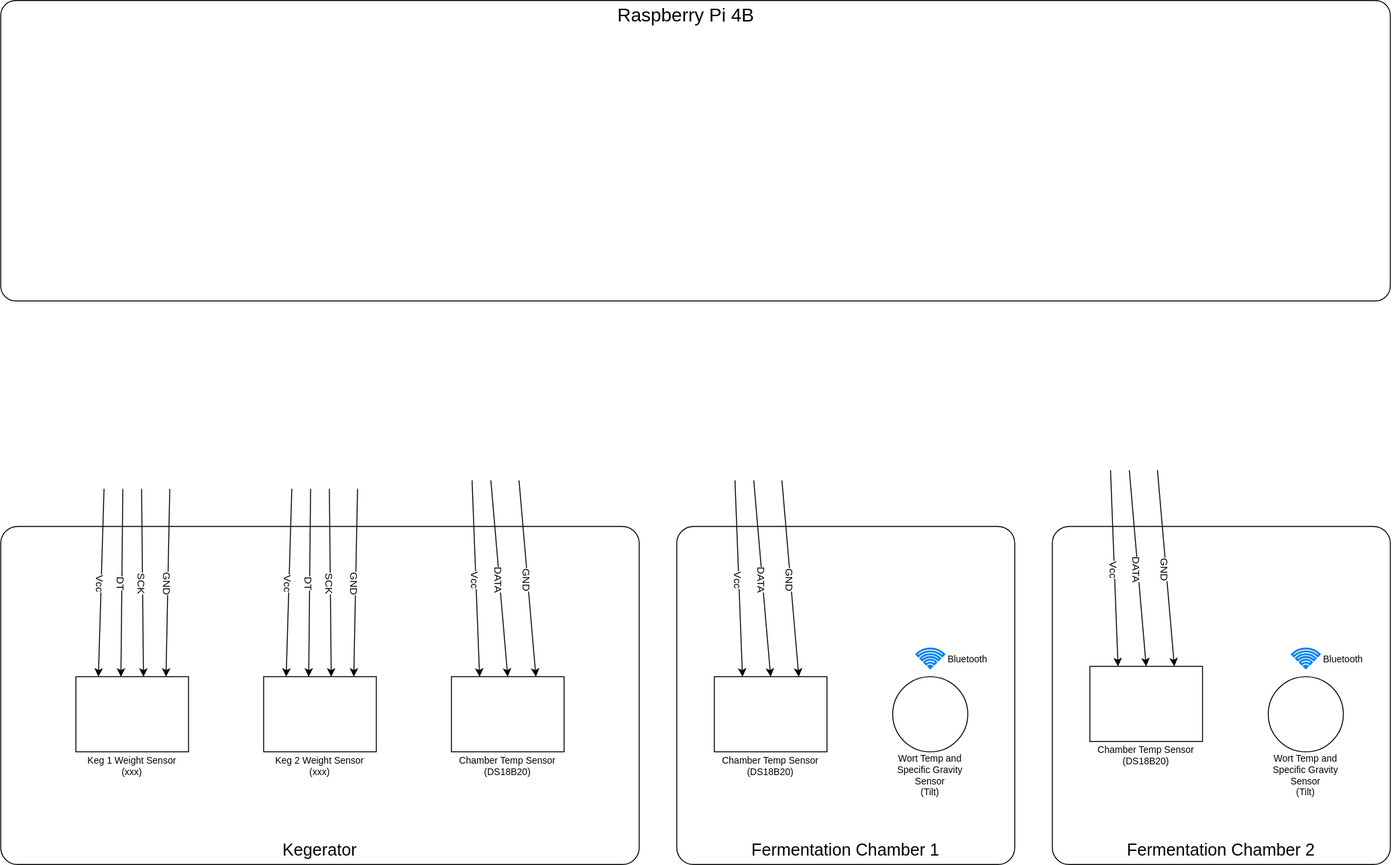
austinshinkle/OB_BreweryMonitor keeps this draw.io diagram as BreweryMonitor.drawio.svg. Above is the earlier version. Source tidied: cells renumbered, new cells last; positions are measured from the earlier drawing's top-left corner, leaving out a move shared by most shapes.
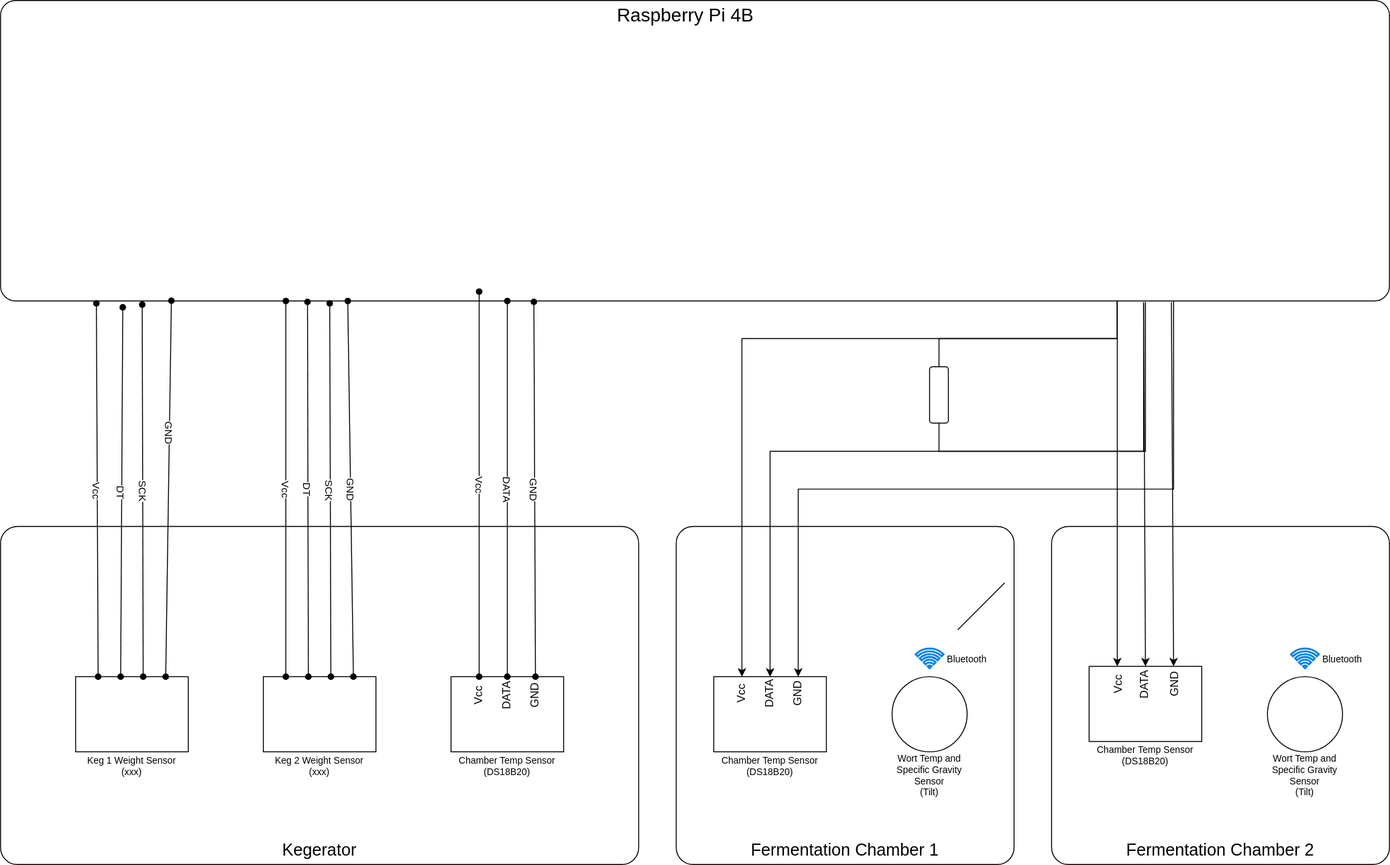
The same diagram one commit later.

What changed in the source:
```diff
@@ -2,7 +2,10 @@
   <root>
     <mxCell id="0" />
     <mxCell id="1" parent="0" />
+    <mxCell id="34" style="rounded=1;whiteSpace=wrap;html=1;arcSize=5;" parent="1" vertex="1">
+      <mxGeometry width="1480" height="320" as="geometry" />
+    </mxCell>
-    <mxCell id="2" style="rounded=1;whiteSpace=wrap;html=1;arcSize=5;" parent="1" vertex="1">
+    <mxCell id="2" value="fd" style="rounded=1;whiteSpace=wrap;html=1;arcSize=5;" parent="1" vertex="1">
       <mxGeometry y="560" width="680" height="360" as="geometry" />
     </mxCell>
     <mxCell id="3" style="rounded=1;whiteSpace=wrap;html=1;arcSize=5;" parent="1" vertex="1">
@@ -29,34 +32,28 @@
     <mxCell id="10" value="Bluetooth" style="text;html=1;align=center;verticalAlign=middle;whiteSpace=wrap;rounded=0;fontSize=10;" parent="1" vertex="1">
       <mxGeometry x="1404.8" y="691" width="50" height="20" as="geometry" />
     </mxCell>
-    <mxCell id="11" style="endArrow=classic;html=1;rounded=0;entryX=0.2;entryY=0;entryDx=0;entryDy=0;entryPerimeter=0;" parent="1" edge="1" target="5">
+    <mxCell id="11" style="endArrow=oval;html=1;rounded=0;entryX=0.2;entryY=0;entryDx=0;entryDy=0;entryPerimeter=0;endFill=1;startArrow=oval;startFill=1;" parent="1" edge="1" target="5">
       <mxGeometry relative="1" as="geometry">
-        <mxPoint x="310" y="520" as="sourcePoint" />
+        <mxPoint x="304" y="320" as="sourcePoint" />
       </mxGeometry>
     </mxCell>
     <mxCell id="12" value="Vcc" style="edgeLabel;html=1;align=center;verticalAlign=middle;rotation=90;" parent="11" vertex="1">
       <mxGeometry relative="1" as="geometry" />
     </mxCell>
-    <mxCell id="13" style="endArrow=classic;html=1;rounded=0;entryX=0.8;entryY=0;entryDx=0;entryDy=0;entryPerimeter=0;" parent="1" edge="1" target="5">
-      <mxGeometry relative="1" as="geometry">
-        <mxPoint x="380" y="520" as="sourcePoint" />
-      </mxGeometry>
+    <mxCell id="13" style="endArrow=oval;html=1;rounded=0;entryX=0.8;entryY=0;entryDx=0;entryDy=0;entryPerimeter=0;endFill=1;startArrow=oval;startFill=1;exitX=0.25;exitY=1;exitDx=0;exitDy=0;" parent="1" edge="1" source="34" target="5">
+      <mxGeometry relative="1" as="geometry" />
     </mxCell>
     <mxCell id="14" value="GND" style="edgeLabel;html=1;align=center;verticalAlign=middle;rotation=90;" parent="13" vertex="1">
       <mxGeometry relative="1" as="geometry" />
     </mxCell>
-    <mxCell id="15" style="endArrow=classic;html=1;rounded=0;entryX=0.4;entryY=0;entryDx=0;entryDy=0;entryPerimeter=0;" parent="1" edge="1" target="5">
-      <mxGeometry relative="1" as="geometry">
-        <mxPoint x="330" y="520" as="sourcePoint" />
-      </mxGeometry>
+    <mxCell id="15" style="endArrow=oval;html=1;rounded=0;entryX=0.4;entryY=0;entryDx=0;entryDy=0;entryPerimeter=0;endFill=1;startArrow=oval;startFill=1;exitX=0.221;exitY=1.003;exitDx=0;exitDy=0;exitPerimeter=0;" parent="1" edge="1" source="34" target="5">
+      <mxGeometry relative="1" as="geometry" />
     </mxCell>
     <mxCell id="16" value="DT" style="edgeLabel;html=1;align=center;verticalAlign=middle;rotation=90;" parent="15" vertex="1">
       <mxGeometry relative="1" as="geometry" />
     </mxCell>
-    <mxCell id="17" style="endArrow=classic;html=1;rounded=0;entryX=0.6;entryY=0;entryDx=0;entryDy=0;entryPerimeter=0;" parent="1" edge="1" target="5">
-      <mxGeometry relative="1" as="geometry">
-        <mxPoint x="350" y="520" as="sourcePoint" />
-      </mxGeometry>
+    <mxCell id="17" style="endArrow=oval;html=1;rounded=0;entryX=0.6;entryY=0;entryDx=0;entryDy=0;entryPerimeter=0;endFill=1;startArrow=oval;startFill=1;exitX=0.237;exitY=1.008;exitDx=0;exitDy=0;exitPerimeter=0;" parent="1" edge="1" source="34" target="5">
+      <mxGeometry relative="1" as="geometry" />
     </mxCell>
     <mxCell id="18" value="SCK" style="edgeLabel;html=1;align=center;verticalAlign=middle;rotation=90;" parent="17" vertex="1">
       <mxGeometry relative="1" as="geometry" />
@@ -82,41 +79,32 @@
     <mxCell id="25" value="Bluetooth" style="text;html=1;align=center;verticalAlign=middle;whiteSpace=wrap;rounded=0;fontSize=10;" parent="1" vertex="1">
       <mxGeometry x="1004.8" y="691" width="50" height="20" as="geometry" />
     </mxCell>
-    <mxCell id="26" style="endArrow=classic;html=1;rounded=0;entryX=0.2;entryY=0;entryDx=0;entryDy=0;entryPerimeter=0;" parent="1" edge="1" target="21">
-      <mxGeometry relative="1" as="geometry">
-        <mxPoint x="110" y="520" as="sourcePoint" />
-      </mxGeometry>
+    <mxCell id="26" style="endArrow=oval;html=1;rounded=0;entryX=0.2;entryY=0;entryDx=0;entryDy=0;entryPerimeter=0;exitX=0.069;exitY=1.008;exitDx=0;exitDy=0;exitPerimeter=0;endFill=1;startArrow=oval;startFill=1;" parent="1" edge="1" source="34" target="21">
+      <mxGeometry relative="1" as="geometry" />
     </mxCell>
     <mxCell id="27" value="Vcc" style="edgeLabel;html=1;align=center;verticalAlign=middle;rotation=90;" parent="26" vertex="1">
       <mxGeometry relative="1" as="geometry" />
     </mxCell>
-    <mxCell id="28" style="endArrow=classic;html=1;rounded=0;entryX=0.8;entryY=0;entryDx=0;entryDy=0;entryPerimeter=0;" parent="1" edge="1" target="21">
-      <mxGeometry relative="1" as="geometry">
-        <mxPoint x="180" y="520" as="sourcePoint" />
-      </mxGeometry>
+    <mxCell id="28" style="endArrow=oval;html=1;rounded=0;entryX=0.8;entryY=0;entryDx=0;entryDy=0;entryPerimeter=0;exitX=0.123;exitY=0.999;exitDx=0;exitDy=0;exitPerimeter=0;strokeColor=default;endFill=1;startArrow=oval;startFill=1;" parent="1" edge="1" source="34" target="21">
+      <mxGeometry relative="1" as="geometry" />
     </mxCell>
     <mxCell id="29" value="GND" style="edgeLabel;html=1;align=center;verticalAlign=middle;rotation=90;" parent="28" vertex="1">
-      <mxGeometry relative="1" as="geometry" />
+      <mxGeometry relative="1" as="geometry">
+        <mxPoint x="1" y="-60" as="offset" />
+      </mxGeometry>
     </mxCell>
-    <mxCell id="30" style="endArrow=classic;html=1;rounded=0;entryX=0.4;entryY=0;entryDx=0;entryDy=0;entryPerimeter=0;" parent="1" edge="1" target="21">
-      <mxGeometry relative="1" as="geometry">
-        <mxPoint x="130" y="520" as="sourcePoint" />
-      </mxGeometry>
+    <mxCell id="30" style="endArrow=oval;html=1;rounded=0;entryX=0.4;entryY=0;entryDx=0;entryDy=0;entryPerimeter=0;exitX=0.088;exitY=1.021;exitDx=0;exitDy=0;exitPerimeter=0;endFill=1;startArrow=oval;startFill=1;" parent="1" edge="1" source="34" target="21">
+      <mxGeometry relative="1" as="geometry" />
     </mxCell>
     <mxCell id="31" value="DT" style="edgeLabel;html=1;align=center;verticalAlign=middle;rotation=90;" parent="30" vertex="1">
       <mxGeometry relative="1" as="geometry" />
     </mxCell>
-    <mxCell id="32" style="endArrow=classic;html=1;rounded=0;entryX=0.6;entryY=0;entryDx=0;entryDy=0;entryPerimeter=0;" parent="1" edge="1" target="21">
-      <mxGeometry relative="1" as="geometry">
-        <mxPoint x="150" y="520" as="sourcePoint" />
-      </mxGeometry>
+    <mxCell id="32" style="endArrow=oval;html=1;rounded=0;entryX=0.6;entryY=0;entryDx=0;entryDy=0;entryPerimeter=0;exitX=0.102;exitY=1.012;exitDx=0;exitDy=0;exitPerimeter=0;endFill=1;startArrow=oval;startFill=1;" parent="1" edge="1" source="34" target="21">
+      <mxGeometry relative="1" as="geometry" />
     </mxCell>
     <mxCell id="33" value="SCK" style="edgeLabel;html=1;align=center;verticalAlign=middle;rotation=90;" parent="32" vertex="1">
       <mxGeometry relative="1" as="geometry" />
     </mxCell>
-    <mxCell id="34" style="rounded=1;whiteSpace=wrap;html=1;arcSize=5;" parent="1" vertex="1">
-      <mxGeometry width="1480" height="320" as="geometry" />
-    </mxCell>
     <mxCell id="35" value="Kegerator" style="text;html=1;align=center;verticalAlign=middle;whiteSpace=wrap;rounded=0;fontSize=18;" parent="1" vertex="1">
       <mxGeometry x="230" y="890" width="220" height="30" as="geometry" />
     </mxCell>
@@ -126,30 +114,25 @@
     <mxCell id="37" value="&lt;div&gt;Chamber Temp Sensor&lt;/div&gt;&lt;div&gt;(DS18B20)&lt;br&gt;&lt;/div&gt;" style="text;html=1;align=center;verticalAlign=middle;whiteSpace=wrap;rounded=0;fontSize=10;" parent="1" vertex="1">
       <mxGeometry x="760" y="800" width="120" height="30" as="geometry" />
     </mxCell>
-    <mxCell id="38" style="endArrow=classic;html=1;rounded=0;entryX=0.75;entryY=0;entryDx=0;entryDy=0;" parent="1" edge="1" target="36">
+    <mxCell id="38" style="endArrow=classic;html=1;rounded=0;entryX=0.75;entryY=0;entryDx=0;entryDy=0;edgeStyle=elbowEdgeStyle;elbow=vertical;" parent="1" edge="1" target="36">
       <mxGeometry relative="1" as="geometry">
-        <mxPoint x="832" y="511" as="sourcePoint" />
+        <mxPoint x="1250" y="320" as="sourcePoint" />
       </mxGeometry>
     </mxCell>
-    <mxCell id="39" value="GND" style="edgeLabel;html=1;align=center;verticalAlign=middle;rotation=90;" parent="38" vertex="1">
-      <mxGeometry relative="1" as="geometry" />
-    </mxCell>
-    <mxCell id="40" style="endArrow=classic;html=1;rounded=0;entryX=0.25;entryY=0;entryDx=0;entryDy=0;" parent="1" edge="1" target="36">
+    <mxCell id="40" style="endArrow=classic;html=1;rounded=0;entryX=0.25;entryY=0;entryDx=0;entryDy=0;edgeStyle=elbowEdgeStyle;elbow=vertical;exitX=0.804;exitY=1.004;exitDx=0;exitDy=0;exitPerimeter=0;" parent="1" edge="1" source="34" target="36">
       <mxGeometry relative="1" as="geometry">
-        <mxPoint x="782" y="511" as="sourcePoint" />
+        <Array as="points">
+          <mxPoint x="1020" y="360" />
+        </Array>
       </mxGeometry>
     </mxCell>
-    <mxCell id="41" value="Vcc" style="edgeLabel;html=1;align=center;verticalAlign=middle;rotation=90;" parent="40" vertex="1">
-      <mxGeometry relative="1" as="geometry" />
-    </mxCell>
-    <mxCell id="42" style="endArrow=classic;html=1;rounded=0;entryX=0.5;entryY=0;entryDx=0;entryDy=0;" parent="1" edge="1" target="36">
+    <mxCell id="42" style="endArrow=classic;html=1;rounded=0;entryX=0.5;entryY=0;entryDx=0;entryDy=0;edgeStyle=elbowEdgeStyle;elbow=vertical;exitX=0.823;exitY=1.008;exitDx=0;exitDy=0;exitPerimeter=0;" parent="1" edge="1" source="34" target="36">
       <mxGeometry relative="1" as="geometry">
-        <mxPoint x="802" y="511" as="sourcePoint" />
+        <Array as="points">
+          <mxPoint x="1030" y="480" />
+        </Array>
       </mxGeometry>
     </mxCell>
-    <mxCell id="43" value="DATA" style="edgeLabel;html=1;align=center;verticalAlign=middle;rotation=90;" parent="42" vertex="1">
-      <mxGeometry relative="1" as="geometry" />
-    </mxCell>
     <mxCell id="44" value="&lt;div&gt;Keg 1 Weight Sensor&lt;/div&gt;&lt;div&gt;(xxx)&lt;br&gt;&lt;/div&gt;" style="text;html=1;align=center;verticalAlign=middle;whiteSpace=wrap;rounded=0;fontSize=10;" parent="1" vertex="1">
       <mxGeometry x="80" y="800" width="120" height="30" as="geometry" />
     </mxCell>
@@ -159,25 +142,23 @@
     <mxCell id="46" value="&lt;div&gt;Chamber Temp Sensor&lt;/div&gt;&lt;div&gt;(DS18B20)&lt;br&gt;&lt;/div&gt;" style="text;html=1;align=center;verticalAlign=middle;whiteSpace=wrap;rounded=0;fontSize=10;" parent="1" vertex="1">
       <mxGeometry x="480" y="800" width="120" height="30" as="geometry" />
     </mxCell>
-    <mxCell id="47" style="endArrow=classic;html=1;rounded=0;entryX=0.75;entryY=0;entryDx=0;entryDy=0;" parent="1" edge="1" target="45">
-      <mxGeometry relative="1" as="geometry">
-        <mxPoint x="552" y="511" as="sourcePoint" />
-      </mxGeometry>
+    <mxCell id="47" style="endArrow=oval;html=1;rounded=0;entryX=0.75;entryY=0;entryDx=0;entryDy=0;exitX=0.384;exitY=1.003;exitDx=0;exitDy=0;exitPerimeter=0;startArrow=oval;startFill=1;endFill=1;" parent="1" edge="1" source="34" target="45">
+      <mxGeometry relative="1" as="geometry" />
     </mxCell>
     <mxCell id="48" value="GND" style="edgeLabel;html=1;align=center;verticalAlign=middle;rotation=90;" parent="47" vertex="1">
       <mxGeometry relative="1" as="geometry" />
     </mxCell>
-    <mxCell id="49" style="endArrow=classic;html=1;rounded=0;entryX=0.25;entryY=0;entryDx=0;entryDy=0;" parent="1" edge="1" target="45">
+    <mxCell id="49" style="endArrow=oval;html=1;rounded=0;entryX=0.25;entryY=0;entryDx=0;entryDy=0;startArrow=oval;startFill=1;endFill=1;" parent="1" edge="1" target="45">
       <mxGeometry relative="1" as="geometry">
-        <mxPoint x="502" y="511" as="sourcePoint" />
+        <mxPoint x="510" y="310" as="sourcePoint" />
       </mxGeometry>
     </mxCell>
     <mxCell id="50" value="Vcc" style="edgeLabel;html=1;align=center;verticalAlign=middle;rotation=90;" parent="49" vertex="1">
       <mxGeometry relative="1" as="geometry" />
     </mxCell>
-    <mxCell id="51" style="endArrow=classic;html=1;rounded=0;entryX=0.5;entryY=0;entryDx=0;entryDy=0;" parent="1" edge="1" target="45">
+    <mxCell id="51" style="endArrow=oval;html=1;rounded=0;entryX=0.5;entryY=0;entryDx=0;entryDy=0;startArrow=oval;startFill=1;endFill=1;" parent="1" edge="1" target="45">
       <mxGeometry relative="1" as="geometry">
-        <mxPoint x="522" y="511" as="sourcePoint" />
+        <mxPoint x="540" y="320" as="sourcePoint" />
       </mxGeometry>
     </mxCell>
     <mxCell id="52" value="DATA" style="edgeLabel;html=1;align=center;verticalAlign=middle;rotation=90;" parent="51" vertex="1">
@@ -189,32 +170,72 @@
     <mxCell id="54" value="&lt;div&gt;Chamber Temp Sensor&lt;/div&gt;&lt;div&gt;(DS18B20)&lt;br&gt;&lt;/div&gt;" style="text;html=1;align=center;verticalAlign=middle;whiteSpace=wrap;rounded=0;fontSize=10;" parent="1" vertex="1">
       <mxGeometry x="1160" y="789" width="120" height="30" as="geometry" />
     </mxCell>
-    <mxCell id="55" style="endArrow=classic;html=1;rounded=0;entryX=0.75;entryY=0;entryDx=0;entryDy=0;" parent="1" edge="1" target="53">
-      <mxGeometry relative="1" as="geometry">
-        <mxPoint x="1232" y="500" as="sourcePoint" />
-      </mxGeometry>
+    <mxCell id="55" style="endArrow=classic;html=1;rounded=0;entryX=0.75;entryY=0;entryDx=0;entryDy=0;exitX=0.843;exitY=1.004;exitDx=0;exitDy=0;exitPerimeter=0;" parent="1" edge="1" source="34" target="53">
+      <mxGeometry relative="1" as="geometry" />
     </mxCell>
-    <mxCell id="56" value="GND" style="edgeLabel;html=1;align=center;verticalAlign=middle;rotation=90;" parent="55" vertex="1">
-      <mxGeometry relative="1" as="geometry" />
-    </mxCell>
     <mxCell id="57" style="endArrow=classic;html=1;rounded=0;entryX=0.25;entryY=0;entryDx=0;entryDy=0;" parent="1" edge="1" target="53">
       <mxGeometry relative="1" as="geometry">
-        <mxPoint x="1182" y="500" as="sourcePoint" />
+        <mxPoint x="1190" y="320" as="sourcePoint" />
       </mxGeometry>
     </mxCell>
-    <mxCell id="58" value="Vcc" style="edgeLabel;html=1;align=center;verticalAlign=middle;rotation=90;" parent="57" vertex="1">
-      <mxGeometry relative="1" as="geometry" />
-    </mxCell>
-    <mxCell id="59" style="endArrow=classic;html=1;rounded=0;entryX=0.5;entryY=0;entryDx=0;entryDy=0;" parent="1" edge="1" target="53">
-      <mxGeometry relative="1" as="geometry">
-        <mxPoint x="1202" y="500" as="sourcePoint" />
-      </mxGeometry>
+    <mxCell id="59" style="endArrow=classic;html=1;rounded=0;entryX=0.5;entryY=0;entryDx=0;entryDy=0;exitX=0.823;exitY=1.004;exitDx=0;exitDy=0;exitPerimeter=0;" parent="1" edge="1" source="34" target="53">
+      <mxGeometry relative="1" as="geometry" />
     </mxCell>
-    <mxCell id="60" value="DATA" style="edgeLabel;html=1;align=center;verticalAlign=middle;rotation=90;" parent="59" vertex="1">
-      <mxGeometry relative="1" as="geometry" />
-    </mxCell>
     <mxCell id="61" value="Raspberry Pi 4B" style="text;html=1;align=center;verticalAlign=middle;whiteSpace=wrap;rounded=0;fontSize=20;" parent="1" vertex="1">
       <mxGeometry x="620" width="220" height="30" as="geometry" />
     </mxCell>
+    <mxCell id="62" value="Vcc" style="text;html=1;align=center;verticalAlign=middle;whiteSpace=wrap;rounded=0;horizontal=1;rotation=-90;" parent="1" vertex="1">
+      <mxGeometry x="775" y="733" width="30" height="10" as="geometry" />
+    </mxCell>
+    <mxCell id="63" value="DATA" style="text;html=1;align=center;verticalAlign=middle;whiteSpace=wrap;rounded=0;horizontal=1;rotation=-90;" parent="1" vertex="1">
+      <mxGeometry x="525" y="735" width="30" height="10" as="geometry" />
+    </mxCell>
+    <mxCell id="64" value="GND" style="text;html=1;align=center;verticalAlign=middle;whiteSpace=wrap;rounded=0;horizontal=1;rotation=-90;" parent="1" vertex="1">
+      <mxGeometry x="555" y="735" width="30" height="10" as="geometry" />
+    </mxCell>
+    <mxCell id="65" value="Vcc" style="text;html=1;align=center;verticalAlign=middle;whiteSpace=wrap;rounded=0;horizontal=1;rotation=-90;" parent="1" vertex="1">
+      <mxGeometry x="495" y="735" width="30" height="10" as="geometry" />
+    </mxCell>
+    <mxCell id="66" value="DATA" style="text;html=1;align=center;verticalAlign=middle;whiteSpace=wrap;rounded=0;horizontal=1;rotation=-90;" parent="1" vertex="1">
+      <mxGeometry x="805" y="733" width="30" height="10" as="geometry" />
+    </mxCell>
+    <mxCell id="67" value="GND" style="text;html=1;align=center;verticalAlign=middle;whiteSpace=wrap;rounded=0;horizontal=1;rotation=-90;" parent="1" vertex="1">
+      <mxGeometry x="835" y="733" width="30" height="10" as="geometry" />
+    </mxCell>
+    <mxCell id="68" value="Vcc" style="text;html=1;align=center;verticalAlign=middle;whiteSpace=wrap;rounded=0;horizontal=1;rotation=-90;" parent="1" vertex="1">
+      <mxGeometry x="1176" y="723" width="30" height="10" as="geometry" />
+    </mxCell>
+    <mxCell id="69" value="DATA" style="text;html=1;align=center;verticalAlign=middle;whiteSpace=wrap;rounded=0;horizontal=1;rotation=-90;" parent="1" vertex="1">
+      <mxGeometry x="1204.5" y="724.5" width="30" height="7" as="geometry" />
+    </mxCell>
+    <mxCell id="70" value="GND" style="text;html=1;align=center;verticalAlign=middle;whiteSpace=wrap;rounded=0;horizontal=1;rotation=-90;" parent="1" vertex="1">
+      <mxGeometry x="1236" y="723" width="30" height="10" as="geometry" />
+    </mxCell>
+    <mxCell id="71" style="edgeStyle=orthogonalEdgeStyle;rounded=0;jettySize=auto;html=1;exitX=1;exitY=0.5;exitDx=0;exitDy=0;entryX=0.804;entryY=1;entryDx=0;entryDy=0;entryPerimeter=0;startArrow=none;startFill=0;endArrow=none;endFill=0;" parent="1" edge="1" source="72" target="34">
+      <mxGeometry relative="1" as="geometry">
+        <Array as="points">
+          <mxPoint x="1000" y="360" />
+          <mxPoint x="1190" y="360" />
+        </Array>
+      </mxGeometry>
+    </mxCell>
+    <mxCell id="72" style="rounded=1;whiteSpace=wrap;html=1;rotation=-90;" parent="1" vertex="1">
+      <mxGeometry x="970" y="410" width="60" height="20" as="geometry" />
+    </mxCell>
+    <mxCell id="73" style="endArrow=none;html=1;rounded=0;" parent="1" edge="1">
+      <mxGeometry relative="1" as="geometry">
+        <mxPoint x="1020" y="670" as="sourcePoint" />
+        <mxPoint x="1070" y="620" as="targetPoint" />
+      </mxGeometry>
+    </mxCell>
+    <mxCell id="74" style="edgeStyle=orthogonalEdgeStyle;rounded=0;jettySize=auto;html=1;exitX=0;exitY=0.5;exitDx=0;exitDy=0;entryX=0.824;entryY=1.003;entryDx=0;entryDy=0;entryPerimeter=0;startArrow=none;startFill=0;endArrow=none;endFill=0;" parent="1" edge="1" source="72" target="34">
+      <mxGeometry relative="1" as="geometry">
+        <Array as="points">
+          <mxPoint x="1000" y="480" />
+          <mxPoint x="1220" y="480" />
+          <mxPoint x="1220" y="321" />
+        </Array>
+      </mxGeometry>
+    </mxCell>
   </root>
 </mxGraphModel>
```
